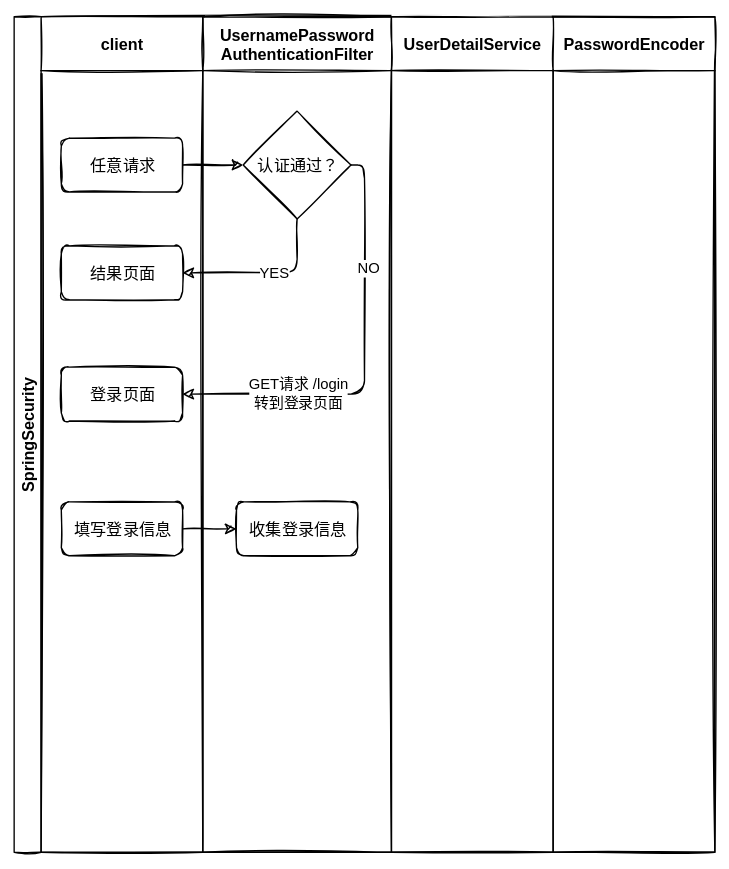
justin4v/ZettelNotes keeps this draw.io diagram as Framework/Springboot/Untitled Diagram.svg. Above is the earlier version. Source tidied: cells renumbered, new cells last; positions are measured from the earlier drawing's top-left corner, leaving out a move shared by most shapes.
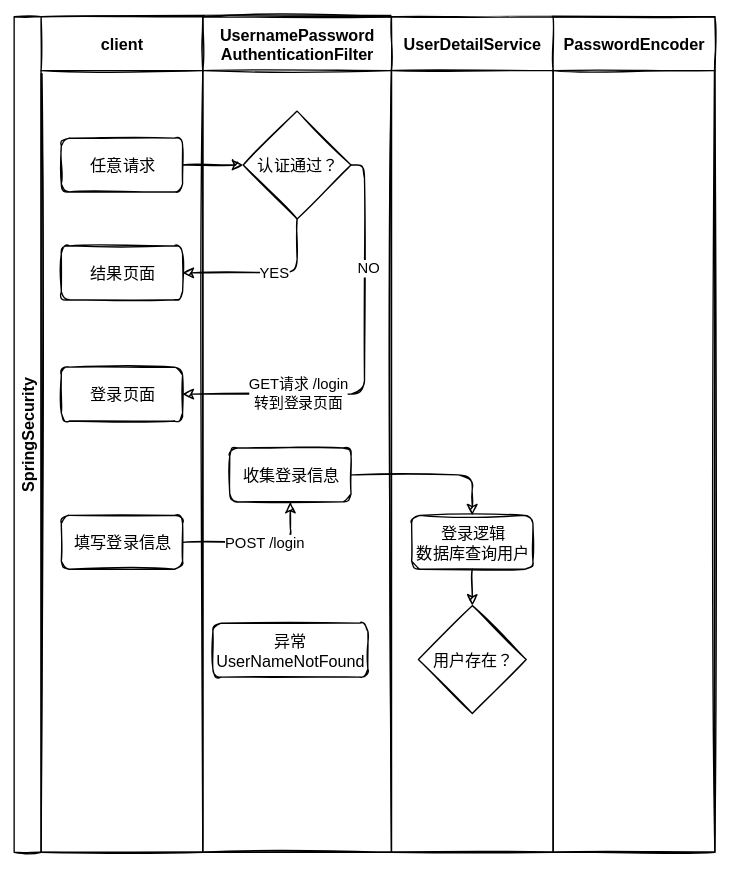
After the change.

The edit, as a diff of the source:
```diff
@@ -18,7 +18,7 @@
       <mxGeometry x="15" y="260" width="90" height="40" as="geometry" />
     </mxCell>
     <mxCell id="7" value="填写登录信息" style="rounded=1;whiteSpace=wrap;html=1;" parent="3" vertex="1">
-      <mxGeometry x="15" y="360" width="90" height="40" as="geometry" />
+      <mxGeometry x="15" y="370" width="90" height="40" as="geometry" />
     </mxCell>
     <mxCell id="8" value="UsernamePassword&#10;AuthenticationFilter" style="swimlane;startSize=40;" parent="2" vertex="1">
       <mxGeometry x="140" width="140" height="620" as="geometry" />
@@ -27,11 +27,23 @@
       <mxGeometry x="30" y="70" width="80" height="80" as="geometry" />
     </mxCell>
     <mxCell id="10" value="收集登录信息" style="rounded=1;whiteSpace=wrap;html=1;" parent="8" vertex="1">
-      <mxGeometry x="25" y="360" width="90" height="40" as="geometry" />
+      <mxGeometry x="20" y="320" width="90" height="40" as="geometry" />
     </mxCell>
+    <mxCell id="20" value="异常&lt;br&gt;UserNameNotFound" style="rounded=1;whiteSpace=wrap;html=1;" parent="8" vertex="1">
+      <mxGeometry x="7.5" y="450" width="115" height="40" as="geometry" />
+    </mxCell>
     <mxCell id="11" value="UserDetailService" style="swimlane;startSize=40;" parent="2" vertex="1">
       <mxGeometry x="280" width="120" height="620" as="geometry" />
     </mxCell>
+    <mxCell id="21" style="edgeStyle=orthogonalEdgeStyle;html=1;" parent="11" edge="1" source="22" target="23">
+      <mxGeometry relative="1" as="geometry" />
+    </mxCell>
+    <mxCell id="22" value="登录逻辑&lt;br&gt;数据库查询用户" style="rounded=1;whiteSpace=wrap;html=1;" parent="11" vertex="1">
+      <mxGeometry x="15" y="370" width="90" height="40" as="geometry" />
+    </mxCell>
+    <mxCell id="23" value="用户存在？" style="rhombus;whiteSpace=wrap;html=1;" parent="11" vertex="1">
+      <mxGeometry x="20" y="437" width="80" height="80" as="geometry" />
+    </mxCell>
     <mxCell id="12" value="PasswordEncoder" style="swimlane;startSize=40;" parent="2" vertex="1">
       <mxGeometry x="400" width="120" height="620" as="geometry" />
     </mxCell>
@@ -55,8 +67,14 @@
         <mxPoint x="-17" as="offset" />
       </mxGeometry>
     </mxCell>
-    <mxCell id="19" style="edgeStyle=orthogonalEdgeStyle;html=1;exitX=1;exitY=0.5;exitDx=0;exitDy=0;entryX=0;entryY=0.5;entryDx=0;entryDy=0;" parent="2" edge="1" source="7" target="10">
+    <mxCell id="19" style="edgeStyle=orthogonalEdgeStyle;html=1;exitX=1;exitY=0.5;exitDx=0;exitDy=0;entryX=0.5;entryY=1;entryDx=0;entryDy=0;" parent="2" edge="1" source="7" target="10">
       <mxGeometry relative="1" as="geometry" />
     </mxCell>
+    <mxCell id="24" value="POST /login" style="edgeLabel;html=1;align=center;verticalAlign=middle;" parent="19" vertex="1">
+      <mxGeometry x="0.1" relative="1" as="geometry" />
+    </mxCell>
+    <mxCell id="25" style="edgeStyle=orthogonalEdgeStyle;html=1;exitX=1;exitY=0.5;exitDx=0;exitDy=0;entryX=0.5;entryY=0;entryDx=0;entryDy=0;" parent="2" edge="1" source="10" target="22">
+      <mxGeometry relative="1" as="geometry" />
+    </mxCell>
   </root>
 </mxGraphModel>
```
